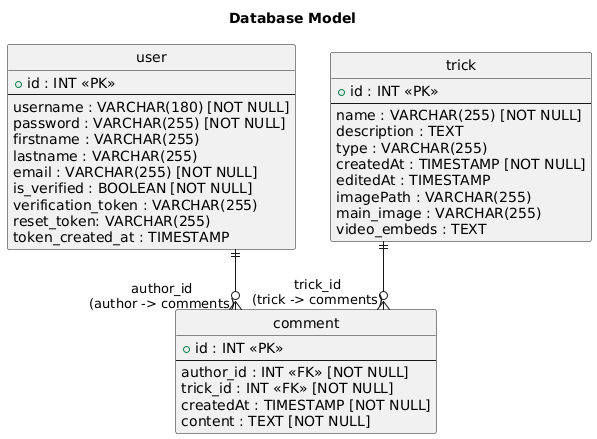
kayuden/snowtricks keeps this PlantUML diagram as diagrams/database-model.png. Above is the earlier version. The source it was exported from:
```plantuml
@startuml
title Database Model

hide circle
hide methods
hide stereotypes
skinparam linetype ortho

entity "user" as user {
  + id : INT <<PK>>
  --
  username : VARCHAR(180) [NOT NULL]
  password : VARCHAR(255) [NOT NULL]
  firstname : VARCHAR(255)
  lastname : VARCHAR(255)
  email : VARCHAR(255) [NOT NULL]
  is_verified : BOOLEAN [NOT NULL]
  verification_token : VARCHAR(255)
  reset_token: VARCHAR(255)
  token_created_at : TIMESTAMP
}

entity "trick" as trick {
  + id : INT <<PK>>
  --
  name : VARCHAR(255) [NOT NULL]
  description : TEXT
  type : VARCHAR(255)
  createdAt : TIMESTAMP [NOT NULL]
  editedAt : TIMESTAMP
  imagePath : VARCHAR(255)
  main_image : VARCHAR(255)
  video_embeds : TEXT
}

entity "comment" as comment {
  + id : INT <<PK>>
  --
  author_id : INT <<FK>> [NOT NULL]
  trick_id : INT <<FK>> [NOT NULL]
  createdAt : TIMESTAMP [NOT NULL]
  content : TEXT [NOT NULL]
}

user ||--o{ comment : author_id\n(author -> comments)
trick ||--o{ comment : trick_id\n(trick -> comments)
@enduml
```
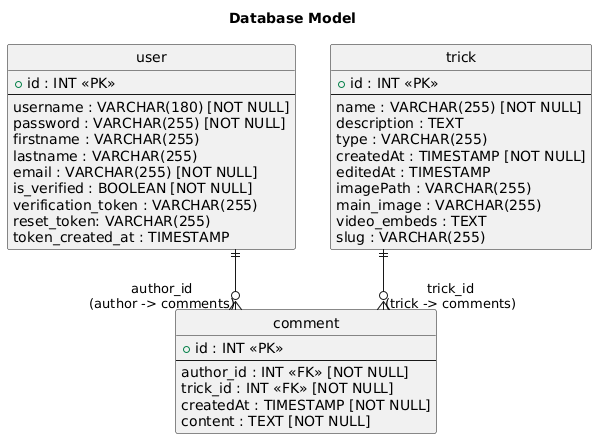
Above is the later version.

Diff of the diagram source:
```diff
@@ -31,6 +31,7 @@
   imagePath : VARCHAR(255)
   main_image : VARCHAR(255)
   video_embeds : TEXT
+  slug : VARCHAR(255)
 }
 
 entity "comment" as comment {
```
